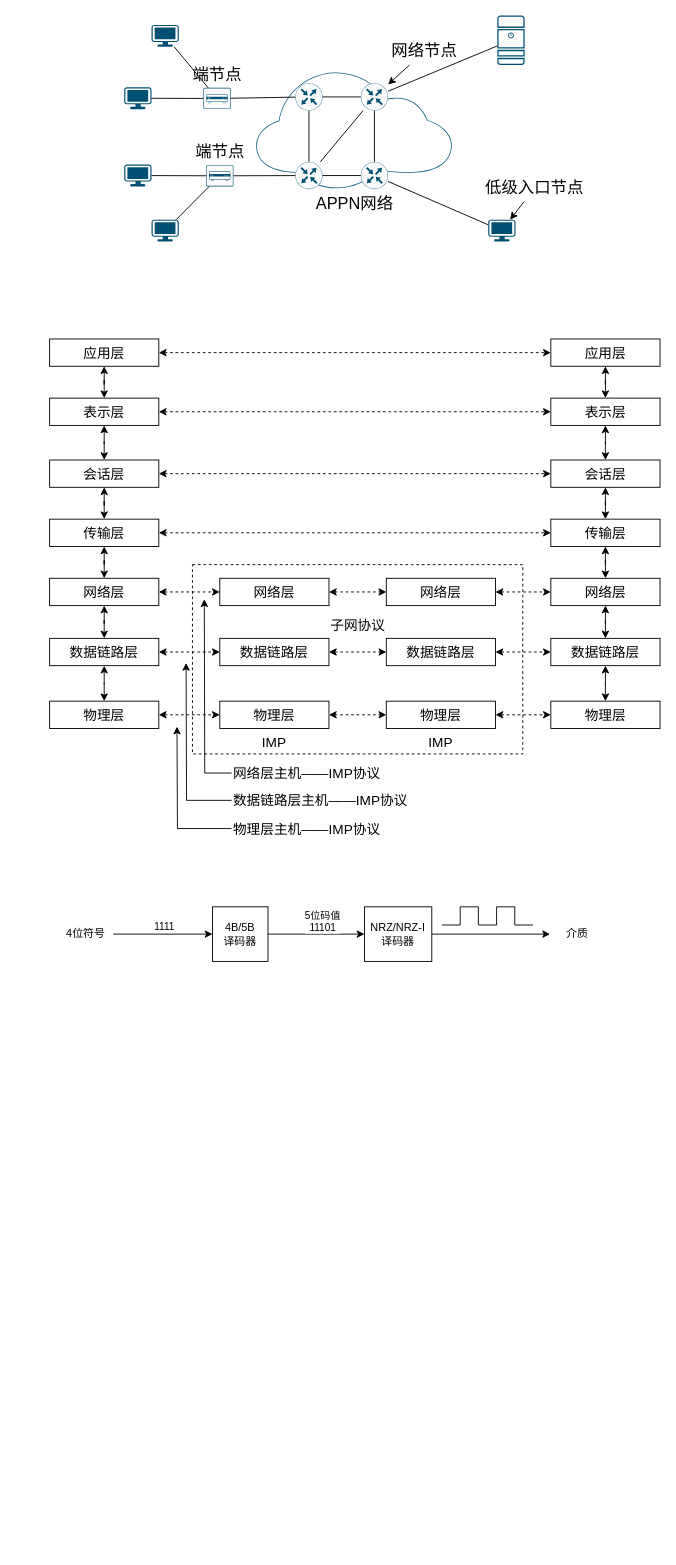
Earlier version of the draw.io diagram network-engineer.drawio (natop/drawio). Source tidied: cells renumbered, new cells numbered last; positions are measured from the earlier drawing's top-left corner, leaving out a move shared by most shapes. Both pictures are drawn from the tidied source at 91%, with x=0, y=0 at pixel (49, 15).
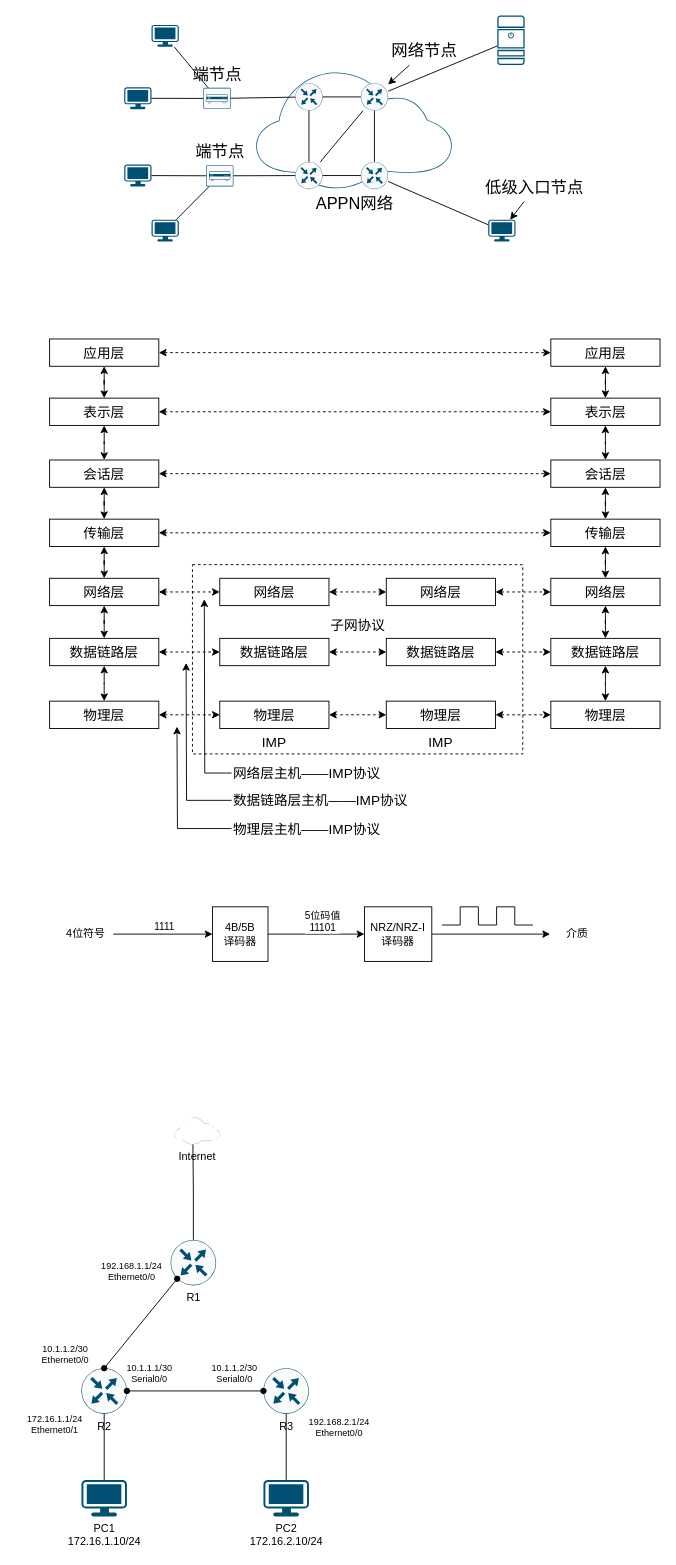
The same page after the edit.

Diff of the diagram source:
```diff
@@
+    <mxCell id="97" value="Internet" style="points=[[0,0.64,0],[0.2,0.15,0],[0.4,0.01,0],[0.79,0.25,0],[1,0.65,0],[0.8,0.86,0],[0.41,1,0],[0.16,0.86,0]];verticalLabelPosition=bottom;sketch=0;html=1;verticalAlign=top;align=center;shape=mxgraph.cisco19.cloud;fillColor=#6B6B6B;strokeColor=none;" parent="1" vertex="1">
+      <mxGeometry x="137" y="1211" width="50" height="30" as="geometry" />
+    </mxCell>
+    <mxCell id="98" value="R1" style="sketch=0;points=[[0.5,0,0],[1,0.5,0],[0.5,1,0],[0,0.5,0],[0.145,0.145,0],[0.8555,0.145,0],[0.855,0.8555,0],[0.145,0.855,0]];verticalLabelPosition=bottom;html=1;verticalAlign=top;align=center;shape=mxgraph.cisco19.rect;prIcon=router;fillColor=#FAFAFA;strokeColor=#005073;" parent="1" vertex="1">
+      <mxGeometry x="133" y="1346" width="50" height="50" as="geometry" />
+    </mxCell>
+    <mxCell id="99" style="edgeStyle=orthogonalEdgeStyle;rounded=0;jettySize=auto;html=1;exitX=0.5;exitY=1;exitDx=0;exitDy=0;exitPerimeter=0;endArrow=none;startFill=0;" parent="1" edge="1" source="100" target="103">
+      <mxGeometry relative="1" as="geometry" />
+    </mxCell>
+    <mxCell id="100" value="R3" style="sketch=0;points=[[0.5,0,0],[1,0.5,0],[0.5,1,0],[0,0.5,0],[0.145,0.145,0],[0.8555,0.145,0],[0.855,0.8555,0],[0.145,0.855,0]];verticalLabelPosition=bottom;html=1;verticalAlign=top;align=center;shape=mxgraph.cisco19.rect;prIcon=router;fillColor=#FAFAFA;strokeColor=#005073;" parent="1" vertex="1">
+      <mxGeometry x="235" y="1487" width="50" height="50" as="geometry" />
+    </mxCell>
+    <mxCell id="101" style="edgeStyle=orthogonalEdgeStyle;rounded=0;jettySize=auto;html=1;endArrow=none;startFill=0;" parent="1" edge="1" source="102" target="104">
+      <mxGeometry relative="1" as="geometry" />
+    </mxCell>
+    <mxCell id="102" value="R2" style="sketch=0;points=[[0.5,0,0],[1,0.5,0],[0.5,1,0],[0,0.5,0],[0.145,0.145,0],[0.8555,0.145,0],[0.855,0.8555,0],[0.145,0.855,0]];verticalLabelPosition=bottom;html=1;verticalAlign=top;align=center;shape=mxgraph.cisco19.rect;prIcon=router;fillColor=#FAFAFA;strokeColor=#005073;" parent="1" vertex="1">
+      <mxGeometry x="35" y="1487" width="50" height="50" as="geometry" />
+    </mxCell>
+    <mxCell id="103" value="PC2&lt;div&gt;172.16.2.10/24&lt;/div&gt;" style="points=[[0.03,0.03,0],[0.5,0,0],[0.97,0.03,0],[1,0.4,0],[0.97,0.745,0],[0.5,1,0],[0.03,0.745,0],[0,0.4,0]];verticalLabelPosition=bottom;sketch=0;html=1;verticalAlign=top;align=center;shape=mxgraph.cisco19.workstation;fillColor=#005073;strokeColor=none;" parent="1" vertex="1">
+      <mxGeometry x="235" y="1610" width="50" height="40" as="geometry" />
+    </mxCell>
+    <mxCell id="104" value="PC1&lt;div&gt;172.16.1.10/24&lt;/div&gt;" style="points=[[0.03,0.03,0],[0.5,0,0],[0.97,0.03,0],[1,0.4,0],[0.97,0.745,0],[0.5,1,0],[0.03,0.745,0],[0,0.4,0]];verticalLabelPosition=bottom;sketch=0;html=1;verticalAlign=top;align=center;shape=mxgraph.cisco19.workstation;fillColor=#005073;strokeColor=none;" parent="1" vertex="1">
+      <mxGeometry x="35" y="1610" width="50" height="40" as="geometry" />
+    </mxCell>
+    <mxCell id="105" style="edgeStyle=orthogonalEdgeStyle;rounded=0;jettySize=auto;html=1;entryX=0.41;entryY=1;entryDx=0;entryDy=0;entryPerimeter=0;strokeColor=default;endArrow=none;startFill=0;startArrow=none;" parent="1" edge="1" source="98" target="97">
+      <mxGeometry relative="1" as="geometry" />
+    </mxCell>
+    <mxCell id="106" style="endArrow=oval;html=1;rounded=0;exitX=0.5;exitY=0;exitDx=0;exitDy=0;exitPerimeter=0;entryX=0.145;entryY=0.855;entryDx=0;entryDy=0;entryPerimeter=0;endFill=1;startArrow=oval;startFill=1;" parent="1" edge="1" source="102" target="98">
+      <mxGeometry relative="1" as="geometry" />
+    </mxCell>
+    <mxCell id="107" style="endArrow=oval;html=1;rounded=0;exitX=0;exitY=0.5;exitDx=0;exitDy=0;exitPerimeter=0;entryX=1;entryY=0.5;entryDx=0;entryDy=0;entryPerimeter=0;startArrow=oval;startFill=1;endFill=1;" parent="1" edge="1" source="100" target="102">
+      <mxGeometry relative="1" as="geometry" />
+    </mxCell>
+    <mxCell id="108" value="192.168.1.1/24&lt;div&gt;Ethernet0/0&lt;/div&gt;" style="text;html=1;align=center;verticalAlign=middle;whiteSpace=wrap;rounded=0;fontSize=10;" parent="1" vertex="1">
+      <mxGeometry x="48" y="1366" width="85" height="30" as="geometry" />
+    </mxCell>
+    <mxCell id="109" value="10.1.1.2/30&lt;div&gt;Ethernet0/0&lt;/div&gt;" style="text;html=1;align=center;verticalAlign=middle;whiteSpace=wrap;rounded=0;fontSize=10;" parent="1" vertex="1">
+      <mxGeometry x="-23" y="1457" width="81" height="30" as="geometry" />
+    </mxCell>
+    <mxCell id="110" value="192.168.2.1/24&lt;div&gt;Ethernet0/0&lt;/div&gt;" style="text;html=1;align=center;verticalAlign=middle;whiteSpace=wrap;rounded=0;fontSize=10;" parent="1" vertex="1">
+      <mxGeometry x="279" y="1537" width="79" height="30" as="geometry" />
+    </mxCell>
+    <mxCell id="111" value="172.16.1.1/24&lt;div&gt;Ethernet0/1&lt;/div&gt;" style="text;html=1;align=center;verticalAlign=middle;whiteSpace=wrap;rounded=0;fontSize=10;" parent="1" vertex="1">
+      <mxGeometry x="-37" y="1534" width="86" height="30" as="geometry" />
+    </mxCell>
+    <mxCell id="112" value="&lt;div&gt;&lt;span style=&quot;text-wrap-mode: nowrap; background-color: rgb(255, 255, 255);&quot;&gt;10.1.1.1/30&lt;/span&gt;&lt;/div&gt;&lt;span style=&quot;text-wrap-mode: nowrap; background-color: rgb(255, 255, 255);&quot;&gt;Serial0/0&lt;/span&gt;" style="text;html=1;align=center;verticalAlign=middle;whiteSpace=wrap;rounded=0;fontSize=10;" parent="1" vertex="1">
+      <mxGeometry x="78" y="1478" width="64" height="30" as="geometry" />
+    </mxCell>
+    <mxCell id="113" value="&lt;div&gt;&lt;span style=&quot;text-wrap-mode: nowrap; background-color: rgb(255, 255, 255);&quot;&gt;10.1.1.2/30&lt;/span&gt;&lt;/div&gt;&lt;span style=&quot;text-wrap-mode: nowrap; background-color: rgb(255, 255, 255);&quot;&gt;Serial0/0&lt;/span&gt;" style="text;html=1;align=center;verticalAlign=middle;whiteSpace=wrap;rounded=0;fontSize=10;" parent="1" vertex="1">
+      <mxGeometry x="172" y="1478" width="63" height="30" as="geometry" />
+    </mxCell>
```
